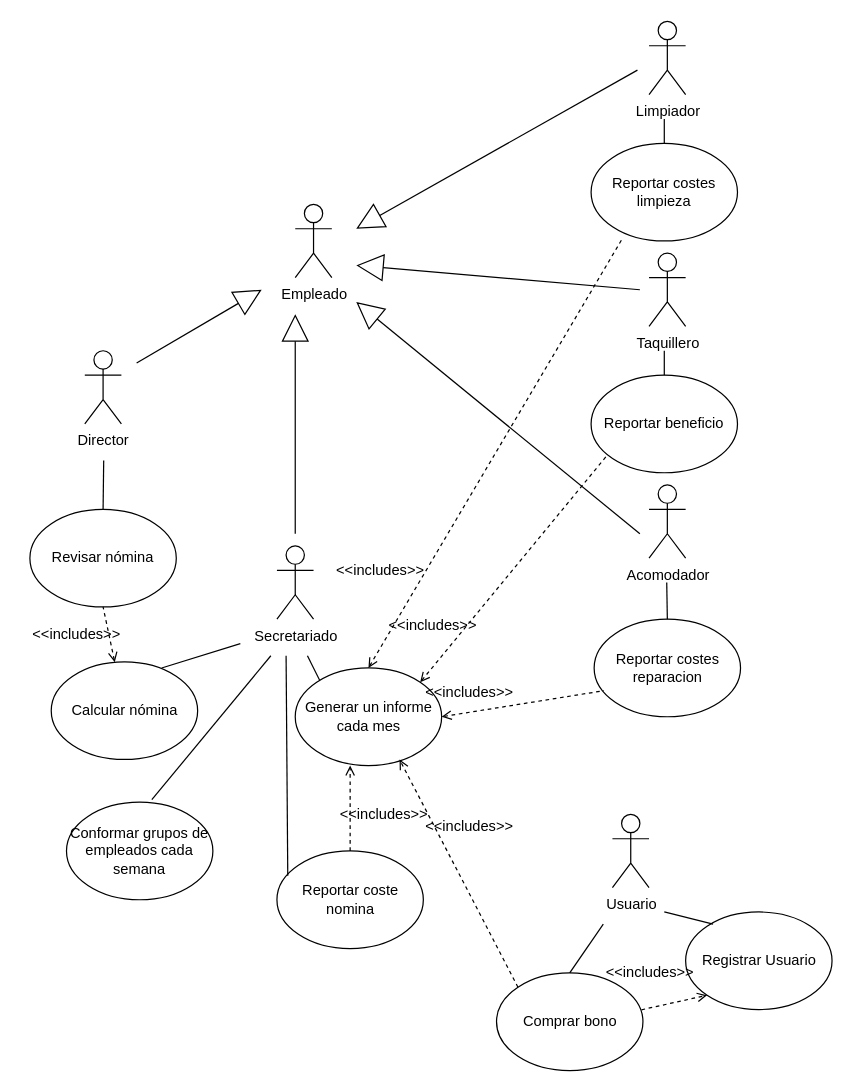
The draw.io diagram Backups/Diagrama Casos de uso BAK..drawio in mariosn35/TEATRO, before the edit. Source tidied: cells renumbered, new cells numbered last; positions are measured from the earlier drawing's top-left corner, leaving out a move shared by most shapes. Both pictures are drawn from the tidied source at 122%, with x=0, y=0 at pixel (20, 21).
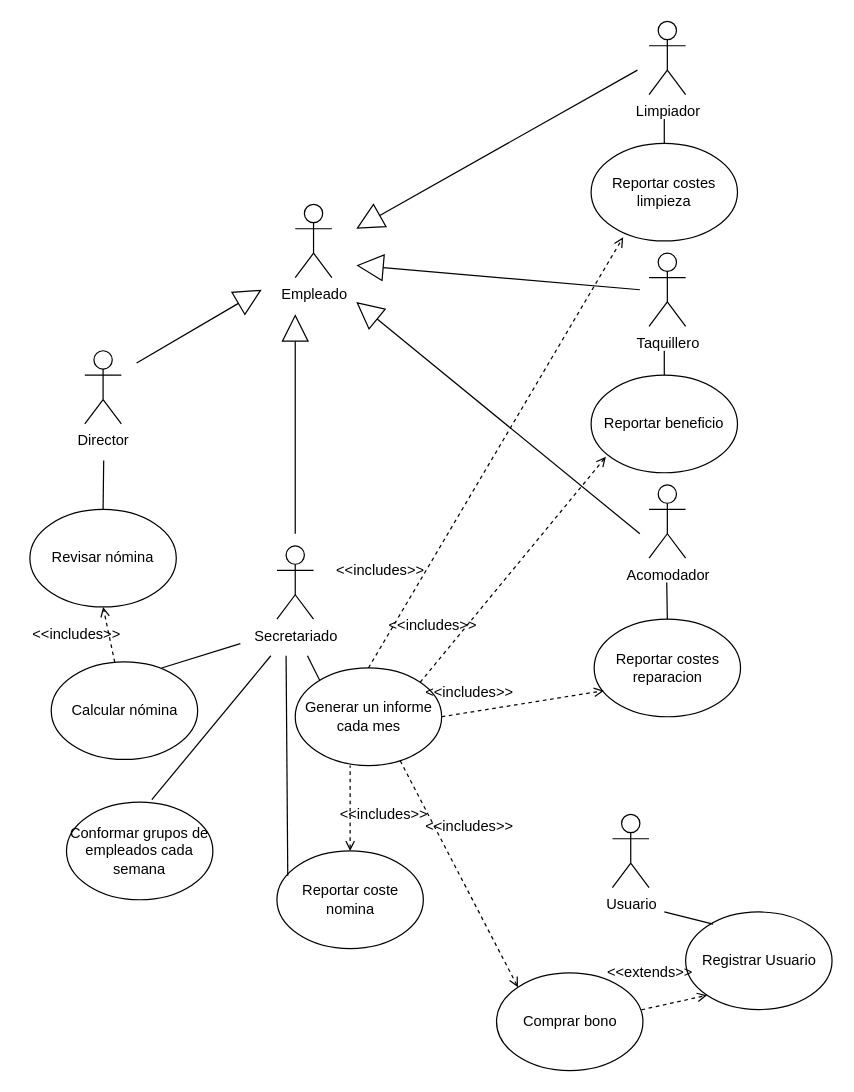
Above is the later version.

Unchanged cells that the change refers to:
```xml
<mxCell id="4" value="Generar un informe cada mes" style="ellipse;whiteSpace=wrap;html=1;" parent="1" vertex="1">
  <mxGeometry x="225.5" y="530" width="120" height="80" as="geometry" />
</mxCell>
<mxCell id="6" value="Reportar costes reparacion" style="ellipse;whiteSpace=wrap;html=1;" parent="1" vertex="1">
  <mxGeometry x="470.5" y="490" width="120" height="80" as="geometry" />
</mxCell>
<mxCell id="12" value="Calcular nómina" style="ellipse;whiteSpace=wrap;html=1;" parent="1" vertex="1">
  <mxGeometry x="25.5" y="525" width="120" height="80" as="geometry" />
</mxCell>
<mxCell id="13" value="Revisar nómina" style="ellipse;whiteSpace=wrap;html=1;" parent="1" vertex="1">
  <mxGeometry x="8" y="400" width="120" height="80" as="geometry" />
</mxCell>
<mxCell id="16" value="Reportar costes limpieza" style="ellipse;whiteSpace=wrap;html=1;" parent="1" vertex="1">
  <mxGeometry x="468" y="100" width="120" height="80" as="geometry" />
</mxCell>
<mxCell id="21" value="Reportar beneficio" style="ellipse;whiteSpace=wrap;html=1;" parent="1" vertex="1">
  <mxGeometry x="468" y="290" width="120" height="80" as="geometry" />
</mxCell>
<mxCell id="22" value="Comprar bono" style="ellipse;whiteSpace=wrap;html=1;" parent="1" vertex="1">
  <mxGeometry x="390.5" y="780" width="120" height="80" as="geometry" />
</mxCell>
<mxCell id="23" value="Reportar coste nomina&lt;br&gt;" style="ellipse;whiteSpace=wrap;html=1;" parent="1" vertex="1">
  <mxGeometry x="210.5" y="680" width="120" height="80" as="geometry" />
</mxCell>
```

What changed in the source:
```diff
@@
-    <mxCell id="24" style="endArrow=none;html=1;entryX=0.5;entryY=1;entryDx=0;entryDy=0;startArrow=open;startFill=0;dashed=1;" parent="1" edge="1" source="12" target="13">
+    <mxCell id="24" style="endArrow=open;html=1;entryX=0.5;entryY=1;entryDx=0;entryDy=0;startArrow=none;startFill=0;dashed=1;endFill=0;" parent="1" edge="1" source="12" target="13">
       <mxGeometry relative="1" as="geometry" />
     </mxCell>
@@
-    <mxCell id="32" style="endArrow=open;html=1;exitX=0.5;exitY=0;exitDx=0;exitDy=0;endFill=0;dashed=1;" parent="1" edge="1" source="23">
+    <mxCell id="32" style="endArrow=none;html=1;exitX=0.5;exitY=0;exitDx=0;exitDy=0;endFill=0;dashed=1;startArrow=open;startFill=0;" parent="1" edge="1" source="23">
       <mxGeometry relative="1" as="geometry">
         <mxPoint x="270.5" y="610" as="targetPoint" />
       </mxGeometry>
     </mxCell>
-    <mxCell id="33" style="endArrow=none;html=1;" parent="1" edge="1">
-      <mxGeometry relative="1" as="geometry">
-        <mxPoint x="450.5" y="780" as="sourcePoint" />
-        <mxPoint x="478" y="740" as="targetPoint" />
-      </mxGeometry>
-    </mxCell>
@@
-    <mxCell id="35" style="endArrow=open;html=1;exitX=0;exitY=0;exitDx=0;exitDy=0;endFill=0;dashed=1;" parent="1" edge="1" source="22">
+    <mxCell id="35" style="endArrow=none;html=1;exitX=0;exitY=0;exitDx=0;exitDy=0;endFill=0;dashed=1;startArrow=open;startFill=0;" parent="1" edge="1" source="22">
       <mxGeometry relative="1" as="geometry">
         <mxPoint x="311" y="605" as="targetPoint" />
       </mxGeometry>
     </mxCell>
@@
-    <mxCell id="41" style="endArrow=none;html=1;exitX=1;exitY=0.5;exitDx=0;exitDy=0;entryX=0.067;entryY=0.733;entryDx=0;entryDy=0;entryPerimeter=0;startArrow=open;startFill=0;dashed=1;" parent="1" edge="1" source="4" target="6">
+    <mxCell id="41" style="endArrow=open;html=1;exitX=1;exitY=0.5;exitDx=0;exitDy=0;entryX=0.067;entryY=0.733;entryDx=0;entryDy=0;entryPerimeter=0;startArrow=none;startFill=0;dashed=1;endFill=0;" parent="1" edge="1" source="4" target="6">
       <mxGeometry relative="1" as="geometry" />
     </mxCell>
-    <mxCell id="42" style="endArrow=none;html=1;exitX=1;exitY=0;exitDx=0;exitDy=0;entryX=0.101;entryY=0.837;entryDx=0;entryDy=0;entryPerimeter=0;dashed=1;startArrow=open;startFill=0;" parent="1" edge="1" source="4" target="21">
+    <mxCell id="42" style="endArrow=open;html=1;exitX=1;exitY=0;exitDx=0;exitDy=0;entryX=0.101;entryY=0.837;entryDx=0;entryDy=0;entryPerimeter=0;dashed=1;startArrow=none;startFill=0;endFill=0;" parent="1" edge="1" source="4" target="21">
       <mxGeometry relative="1" as="geometry" />
     </mxCell>
-    <mxCell id="43" style="endArrow=none;html=1;exitX=0.5;exitY=0;exitDx=0;exitDy=0;entryX=0.219;entryY=0.962;entryDx=0;entryDy=0;entryPerimeter=0;startArrow=open;startFill=0;dashed=1;" parent="1" edge="1" source="4" target="16">
+    <mxCell id="43" style="endArrow=open;html=1;exitX=0.5;exitY=0;exitDx=0;exitDy=0;entryX=0.219;entryY=0.962;entryDx=0;entryDy=0;entryPerimeter=0;startArrow=none;startFill=0;dashed=1;endFill=0;" parent="1" edge="1" source="4" target="16">
       <mxGeometry relative="1" as="geometry" />
     </mxCell>
@@
-    <mxCell id="46" value="&amp;lt;&amp;lt;includes&amp;gt;&amp;gt;" style="text;html=1;align=center;verticalAlign=middle;" parent="1" vertex="1">
+    <mxCell id="46" value="&amp;lt;&amp;lt;extends&amp;gt;&amp;gt;" style="text;html=1;align=center;verticalAlign=middle;" parent="1" vertex="1">
       <mxGeometry x="470.5" y="770" width="90" height="20" as="geometry" />
     </mxCell>
```
